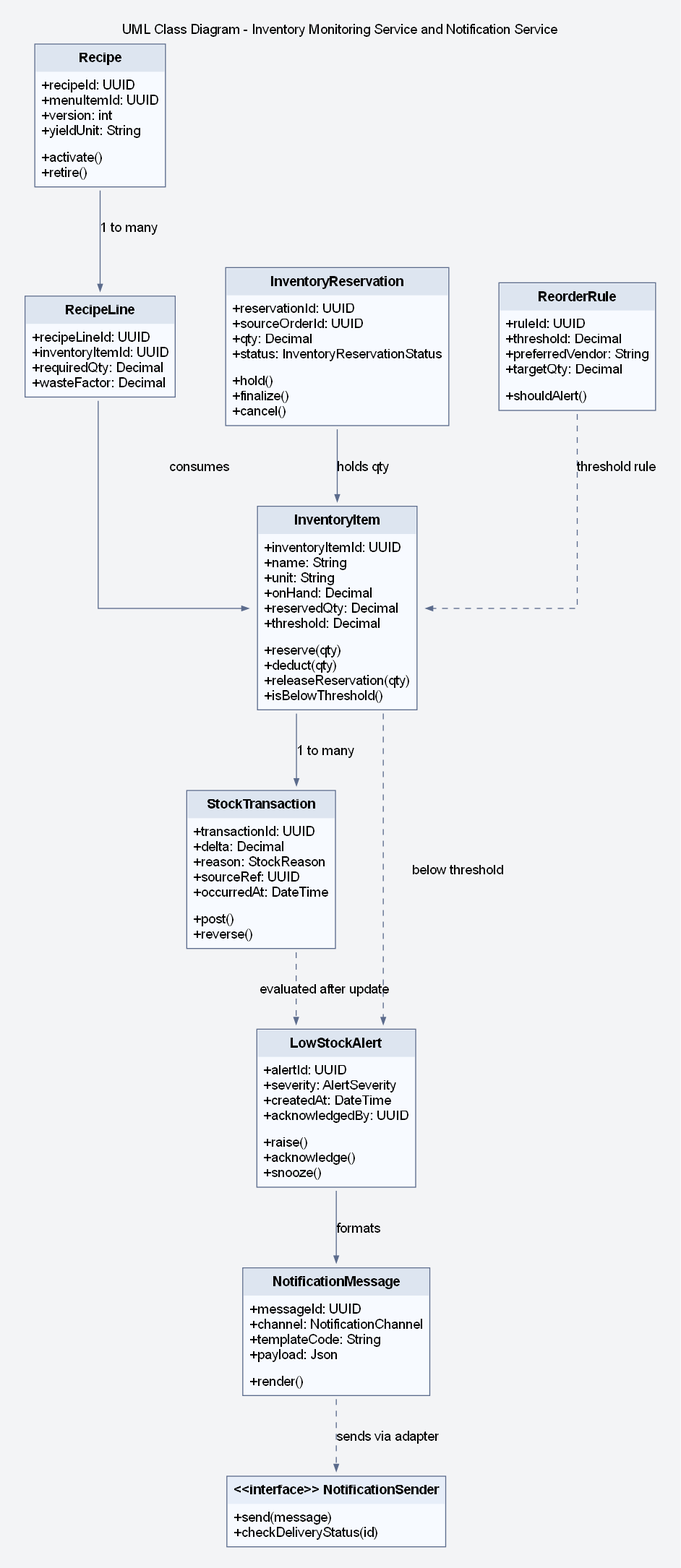
The Graphviz diagram assets/diagrams/rendered/design/30_uml_class_diagram_inventory_and_notification_module.png in lehoangluan1/SA_IRMS, before a commit. Its source is kept beside it as assets/diagrams/source/design/30_uml_class_diagram_inventory_and_notification_module.dot.
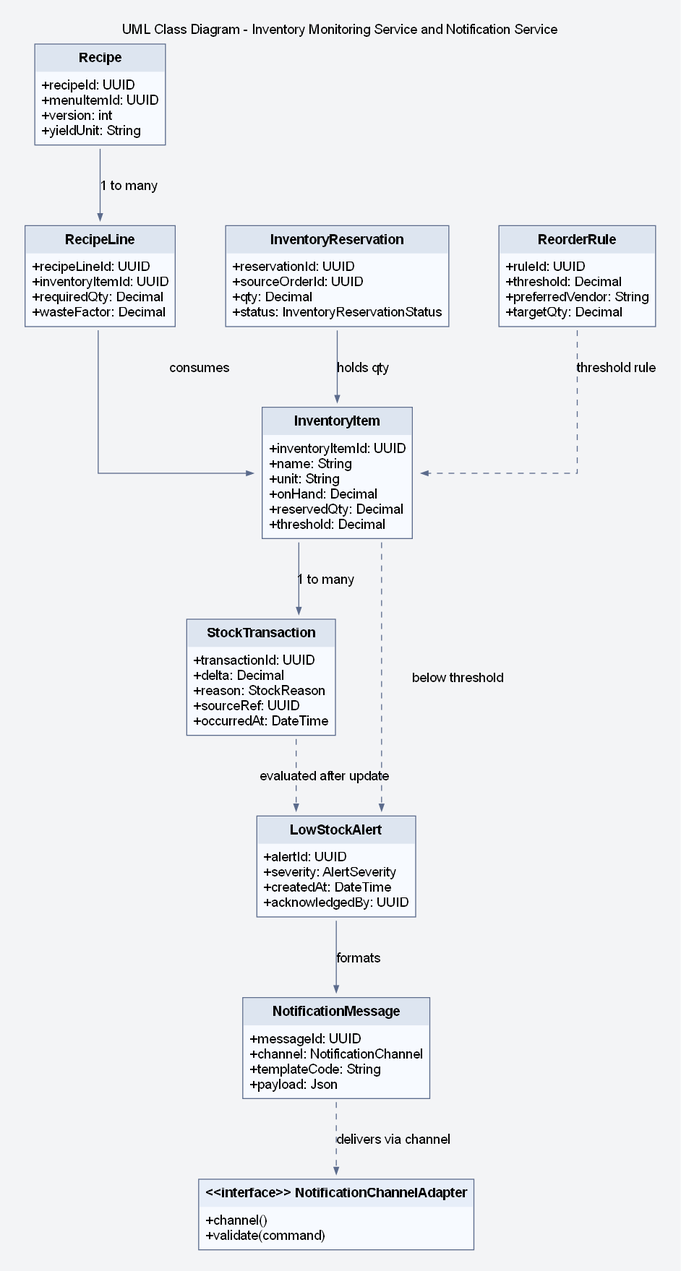
Above is the later version.

Change to the diagram source:
```diff
@@ -11,14 +11,12 @@
 <TABLE BORDER="1" CELLBORDER="0" CELLSPACING="0" CELLPADDING="6" COLOR="#5B6B8C" BGCOLOR="#F7FAFF">
 <TR><TD BGCOLOR="#DDE5F0"><B>InventoryItem</B></TD></TR>
 <TR><TD ALIGN="LEFT" BALIGN="LEFT">+inventoryItemId: UUID<BR ALIGN='LEFT'/>+name: String<BR ALIGN='LEFT'/>+unit: String<BR ALIGN='LEFT'/>+onHand: Decimal<BR ALIGN='LEFT'/>+reservedQty: Decimal<BR ALIGN='LEFT'/>+threshold: Decimal</TD></TR>
-<TR><TD ALIGN="LEFT" BALIGN="LEFT">+reserve(qty)<BR ALIGN='LEFT'/>+deduct(qty)<BR ALIGN='LEFT'/>+releaseReservation(qty)<BR ALIGN='LEFT'/>+isBelowThreshold()</TD></TR>
 </TABLE>
 >];
 Recipe [label=<
 <TABLE BORDER="1" CELLBORDER="0" CELLSPACING="0" CELLPADDING="6" COLOR="#5B6B8C" BGCOLOR="#F7FAFF">
 <TR><TD BGCOLOR="#DDE5F0"><B>Recipe</B></TD></TR>
 <TR><TD ALIGN="LEFT" BALIGN="LEFT">+recipeId: UUID<BR ALIGN='LEFT'/>+menuItemId: UUID<BR ALIGN='LEFT'/>+version: int<BR ALIGN='LEFT'/>+yieldUnit: String</TD></TR>
-<TR><TD ALIGN="LEFT" BALIGN="LEFT">+activate()<BR ALIGN='LEFT'/>+retire()</TD></TR>
 </TABLE>
 >];
 RecipeLine [label=<
@@ -32,41 +30,36 @@
 <TABLE BORDER="1" CELLBORDER="0" CELLSPACING="0" CELLPADDING="6" COLOR="#5B6B8C" BGCOLOR="#F7FAFF">
 <TR><TD BGCOLOR="#DDE5F0"><B>InventoryReservation</B></TD></TR>
 <TR><TD ALIGN="LEFT" BALIGN="LEFT">+reservationId: UUID<BR ALIGN='LEFT'/>+sourceOrderId: UUID<BR ALIGN='LEFT'/>+qty: Decimal<BR ALIGN='LEFT'/>+status: InventoryReservationStatus</TD></TR>
-<TR><TD ALIGN="LEFT" BALIGN="LEFT">+hold()<BR ALIGN='LEFT'/>+finalize()<BR ALIGN='LEFT'/>+cancel()</TD></TR>
 </TABLE>
 >];
 StockTransaction [label=<
 <TABLE BORDER="1" CELLBORDER="0" CELLSPACING="0" CELLPADDING="6" COLOR="#5B6B8C" BGCOLOR="#F7FAFF">
 <TR><TD BGCOLOR="#DDE5F0"><B>StockTransaction</B></TD></TR>
 <TR><TD ALIGN="LEFT" BALIGN="LEFT">+transactionId: UUID<BR ALIGN='LEFT'/>+delta: Decimal<BR ALIGN='LEFT'/>+reason: StockReason<BR ALIGN='LEFT'/>+sourceRef: UUID<BR ALIGN='LEFT'/>+occurredAt: DateTime</TD></TR>
-<TR><TD ALIGN="LEFT" BALIGN="LEFT">+post()<BR ALIGN='LEFT'/>+reverse()</TD></TR>
 </TABLE>
 >];
 ReorderRule [label=<
 <TABLE BORDER="1" CELLBORDER="0" CELLSPACING="0" CELLPADDING="6" COLOR="#5B6B8C" BGCOLOR="#F7FAFF">
 <TR><TD BGCOLOR="#DDE5F0"><B>ReorderRule</B></TD></TR>
 <TR><TD ALIGN="LEFT" BALIGN="LEFT">+ruleId: UUID<BR ALIGN='LEFT'/>+threshold: Decimal<BR ALIGN='LEFT'/>+preferredVendor: String<BR ALIGN='LEFT'/>+targetQty: Decimal</TD></TR>
-<TR><TD ALIGN="LEFT" BALIGN="LEFT">+shouldAlert()</TD></TR>
 </TABLE>
 >];
 LowStockAlert [label=<
 <TABLE BORDER="1" CELLBORDER="0" CELLSPACING="0" CELLPADDING="6" COLOR="#5B6B8C" BGCOLOR="#F7FAFF">
 <TR><TD BGCOLOR="#DDE5F0"><B>LowStockAlert</B></TD></TR>
 <TR><TD ALIGN="LEFT" BALIGN="LEFT">+alertId: UUID<BR ALIGN='LEFT'/>+severity: AlertSeverity<BR ALIGN='LEFT'/>+createdAt: DateTime<BR ALIGN='LEFT'/>+acknowledgedBy: UUID</TD></TR>
-<TR><TD ALIGN="LEFT" BALIGN="LEFT">+raise()<BR ALIGN='LEFT'/>+acknowledge()<BR ALIGN='LEFT'/>+snooze()</TD></TR>
 </TABLE>
 >];
 NotificationMessage [label=<
 <TABLE BORDER="1" CELLBORDER="0" CELLSPACING="0" CELLPADDING="6" COLOR="#5B6B8C" BGCOLOR="#F7FAFF">
 <TR><TD BGCOLOR="#DDE5F0"><B>NotificationMessage</B></TD></TR>
 <TR><TD ALIGN="LEFT" BALIGN="LEFT">+messageId: UUID<BR ALIGN='LEFT'/>+channel: NotificationChannel<BR ALIGN='LEFT'/>+templateCode: String<BR ALIGN='LEFT'/>+payload: Json</TD></TR>
-<TR><TD ALIGN="LEFT" BALIGN="LEFT">+render()</TD></TR>
 </TABLE>
 >];
-NotificationSender [label=<
+NotificationChannelAdapter [label=<
 <TABLE BORDER="1" CELLBORDER="0" CELLSPACING="0" CELLPADDING="6" COLOR="#5B6B8C" BGCOLOR="#F7FAFF">
-<TR><TD BGCOLOR="#E7EEF9"><B>&lt;&lt;interface&gt;&gt; NotificationSender</B></TD></TR>
-<TR><TD ALIGN="LEFT" BALIGN="LEFT">+send(message)<BR ALIGN='LEFT'/>+checkDeliveryStatus(id)</TD></TR>
+<TR><TD BGCOLOR="#E7EEF9"><B>&lt;&lt;interface&gt;&gt; NotificationChannelAdapter</B></TD></TR>
+<TR><TD ALIGN="LEFT" BALIGN="LEFT">+channel()<BR ALIGN='LEFT'/>+validate(command)</TD></TR>
 
 </TABLE>
 >];
@@ -78,6 +71,6 @@
 ReorderRule -> InventoryItem [style=dashed, label="threshold rule"];
 InventoryItem -> LowStockAlert [style=dashed, label="below threshold"];
 LowStockAlert -> NotificationMessage [label="formats"];
-NotificationMessage -> NotificationSender [style=dashed, label="sends via adapter"];
+NotificationMessage -> NotificationChannelAdapter [style=dashed, label="delivers via channel"];
 StockTransaction -> LowStockAlert [style=dashed, label="evaluated after update"];
 }
```
